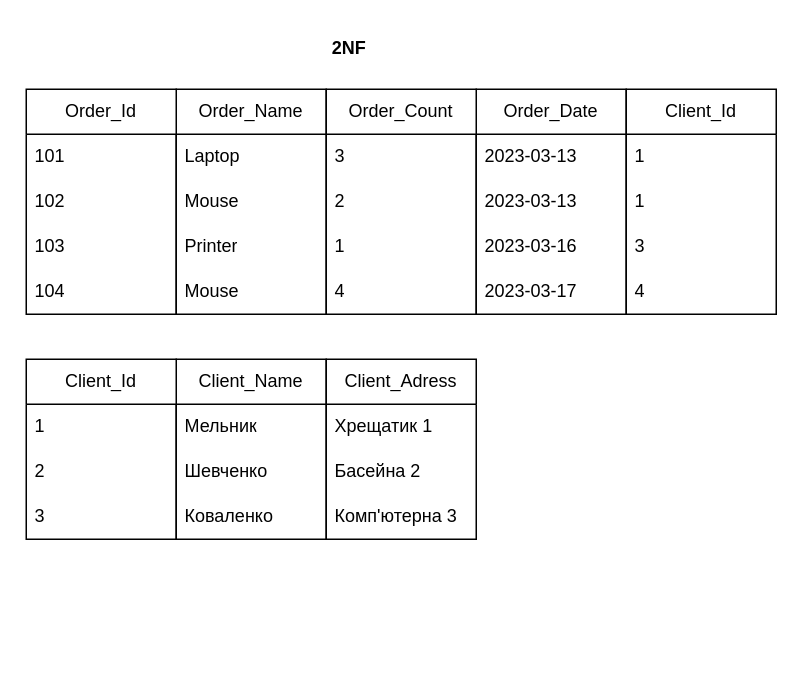
Earlier version of the draw.io diagram p2/p2.drawio (AndriiRohovenko/goit-rdb-hw-02). Source tidied: cells renumbered, new cells numbered last; positions are measured from the earlier drawing's top-left corner, leaving out a move shared by most shapes. Both pictures are drawn from the tidied source at 150%, with x=0, y=0 at pixel (26, 26).
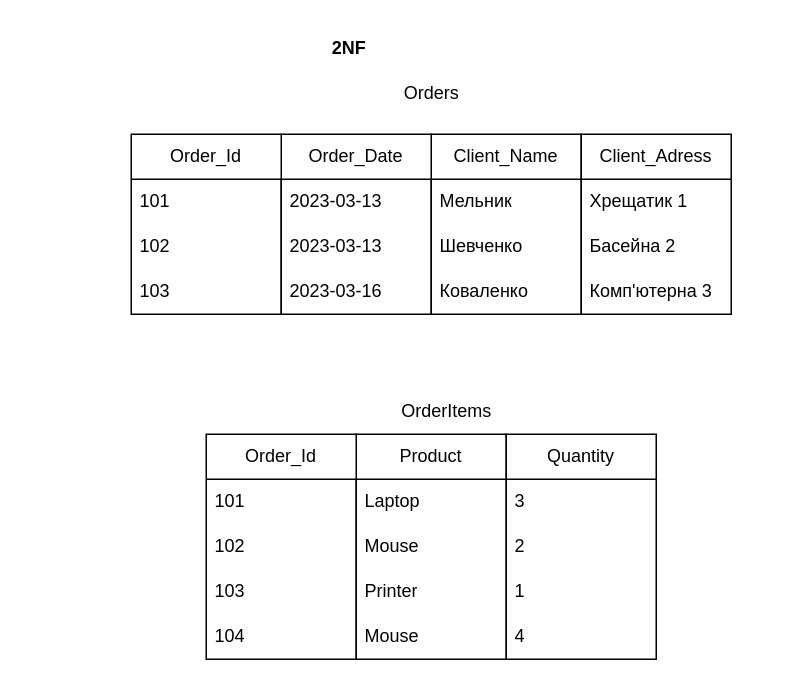
The same page after the edit.

Change to the diagram source:
```diff
@@
     <mxCell id="2" value="Client_Name" style="swimlane;fontStyle=0;horizontal=1;startSize=30;whiteSpace=wrap;html=1;" parent="1" vertex="1">
-      <mxGeometry x="100" y="222" width="100" height="120" as="geometry" />
+      <mxGeometry x="270" y="72" width="100" height="120" as="geometry" />
     </mxCell>
@@
+    <mxCell id="11" value="Client_Adress" style="swimlane;fontStyle=0;horizontal=1;startSize=30;whiteSpace=wrap;html=1;" parent="1" vertex="1">
+      <mxGeometry x="370" y="72" width="100" height="120" as="geometry" />
+    </mxCell>
+    <mxCell id="12" value="Хрещатик 1" style="text;strokeColor=none;fillColor=none;align=left;verticalAlign=middle;spacingLeft=4;spacingRight=4;overflow=hidden;whiteSpace=wrap;html=1;" parent="11" vertex="1">
+      <mxGeometry y="30" width="100" height="30" as="geometry" />
+    </mxCell>
+    <mxCell id="13" value="Басейна 2" style="text;strokeColor=none;fillColor=none;align=left;verticalAlign=middle;spacingLeft=4;spacingRight=4;overflow=hidden;whiteSpace=wrap;html=1;" parent="11" vertex="1">
+      <mxGeometry y="60" width="100" height="30" as="geometry" />
+    </mxCell>
+    <mxCell id="14" value="Комп'ютерна 3" style="text;strokeColor=none;fillColor=none;align=left;verticalAlign=middle;spacingLeft=4;spacingRight=4;overflow=hidden;whiteSpace=wrap;html=1;" parent="11" vertex="1">
+      <mxGeometry y="90" width="100" height="30" as="geometry" />
+    </mxCell>
+    <mxCell id="25" value="2NF" style="text;html=1;align=center;verticalAlign=middle;strokeColor=none;fillColor=none;fontStyle=1;" parent="1" vertex="1">
+      <mxGeometry x="190" width="50" height="30" as="geometry" />
+    </mxCell>
+    <mxCell id="40" value="Orders" style="text;html=1;align=center;verticalAlign=middle;strokeColor=none;fillColor=none;" parent="1" vertex="1">
+      <mxGeometry x="240" y="30" width="60" height="30" as="geometry" />
+    </mxCell>
+    <mxCell id="41" value="OrderItems" style="text;html=1;align=center;verticalAlign=middle;strokeColor=none;fillColor=none;" parent="1" vertex="1">
+      <mxGeometry x="240" y="242" width="80" height="30" as="geometry" />
+    </mxCell>
     <mxCell id="6" value="Order_Date" style="swimlane;fontStyle=0;horizontal=1;startSize=30;whiteSpace=wrap;html=1;" parent="1" vertex="1">
-      <mxGeometry x="300" y="42" width="100" height="150" as="geometry" />
+      <mxGeometry x="170" y="72" width="100" height="120" as="geometry" />
     </mxCell>
@@
-    <mxCell id="10" value="&lt;span style=&quot;color: rgb(0, 0, 0);&quot;&gt;2023-03-17&lt;/span&gt;" style="text;strokeColor=none;fillColor=none;align=left;verticalAlign=middle;spacingLeft=4;spacingRight=4;overflow=hidden;whiteSpace=wrap;html=1;" parent="6" vertex="1">
-      <mxGeometry y="120" width="100" height="30" as="geometry" />
-    </mxCell>
-    <mxCell id="11" value="Client_Adress" style="swimlane;fontStyle=0;horizontal=1;startSize=30;whiteSpace=wrap;html=1;" parent="1" vertex="1">
-      <mxGeometry x="200" y="222" width="100" height="120" as="geometry" />
-    </mxCell>
-    <mxCell id="12" value="Хрещатик 1" style="text;strokeColor=none;fillColor=none;align=left;verticalAlign=middle;spacingLeft=4;spacingRight=4;overflow=hidden;whiteSpace=wrap;html=1;" parent="11" vertex="1">
-      <mxGeometry y="30" width="100" height="30" as="geometry" />
-    </mxCell>
-    <mxCell id="13" value="Басейна 2" style="text;strokeColor=none;fillColor=none;align=left;verticalAlign=middle;spacingLeft=4;spacingRight=4;overflow=hidden;whiteSpace=wrap;html=1;" parent="11" vertex="1">
-      <mxGeometry y="60" width="100" height="30" as="geometry" />
-    </mxCell>
-    <mxCell id="14" value="Комп'ютерна 3" style="text;strokeColor=none;fillColor=none;align=left;verticalAlign=middle;spacingLeft=4;spacingRight=4;overflow=hidden;whiteSpace=wrap;html=1;" parent="11" vertex="1">
-      <mxGeometry y="90" width="100" height="30" as="geometry" />
-    </mxCell>
-    <mxCell id="15" value="Order_Name" style="swimlane;fontStyle=0;horizontal=1;startSize=30;whiteSpace=wrap;html=1;" parent="1" vertex="1">
-      <mxGeometry x="100" y="42" width="100" height="150" as="geometry" />
-    </mxCell>
+    <mxCell id="42" value="Order_Id" style="swimlane;fontStyle=0;horizontal=1;startSize=30;whiteSpace=wrap;html=1;" parent="1" vertex="1">
+      <mxGeometry x="70" y="72" width="100" height="120" as="geometry" />
+    </mxCell>
+    <mxCell id="43" value="&lt;span style=&quot;color: rgb(0, 0, 0);&quot;&gt;101&lt;/span&gt;" style="text;strokeColor=none;fillColor=none;align=left;verticalAlign=middle;spacingLeft=4;spacingRight=4;overflow=hidden;whiteSpace=wrap;html=1;" parent="42" vertex="1">
+      <mxGeometry y="30" width="100" height="30" as="geometry" />
+    </mxCell>
+    <mxCell id="44" value="&lt;span style=&quot;color: rgb(0, 0, 0);&quot;&gt;102&lt;/span&gt;" style="text;strokeColor=none;fillColor=none;align=left;verticalAlign=middle;spacingLeft=4;spacingRight=4;overflow=hidden;whiteSpace=wrap;html=1;" parent="42" vertex="1">
+      <mxGeometry y="60" width="100" height="30" as="geometry" />
+    </mxCell>
+    <mxCell id="45" value="&lt;span style=&quot;color: rgb(0, 0, 0);&quot;&gt;103&lt;/span&gt;" style="text;strokeColor=none;fillColor=none;align=left;verticalAlign=middle;spacingLeft=4;spacingRight=4;overflow=hidden;whiteSpace=wrap;html=1;" parent="42" vertex="1">
+      <mxGeometry y="90" width="100" height="30" as="geometry" />
+    </mxCell>
+    <mxCell id="46" value="Product" style="swimlane;fontStyle=0;horizontal=1;startSize=30;whiteSpace=wrap;html=1;" parent="1" vertex="1">
+      <mxGeometry x="220" y="272" width="100" height="150" as="geometry" />
+    </mxCell>
-    <mxCell id="16" value="Laptop" style="text;strokeColor=none;fillColor=none;align=left;verticalAlign=middle;spacingLeft=4;spacingRight=4;overflow=hidden;whiteSpace=wrap;html=1;" parent="15" vertex="1">
+    <mxCell id="16" value="Laptop" style="text;strokeColor=none;fillColor=none;align=left;verticalAlign=middle;spacingLeft=4;spacingRight=4;overflow=hidden;whiteSpace=wrap;html=1;" parent="46" vertex="1">
       <mxGeometry y="30" width="100" height="30" as="geometry" />
     </mxCell>
-    <mxCell id="17" value="Mouse" style="text;strokeColor=none;fillColor=none;align=left;verticalAlign=middle;spacingLeft=4;spacingRight=4;overflow=hidden;whiteSpace=wrap;html=1;" parent="15" vertex="1">
+    <mxCell id="17" value="Mouse" style="text;strokeColor=none;fillColor=none;align=left;verticalAlign=middle;spacingLeft=4;spacingRight=4;overflow=hidden;whiteSpace=wrap;html=1;" parent="46" vertex="1">
       <mxGeometry y="60" width="100" height="30" as="geometry" />
     </mxCell>
-    <mxCell id="18" value="Printer" style="text;strokeColor=none;fillColor=none;align=left;verticalAlign=middle;spacingLeft=4;spacingRight=4;overflow=hidden;whiteSpace=wrap;html=1;" parent="15" vertex="1">
+    <mxCell id="18" value="Printer" style="text;strokeColor=none;fillColor=none;align=left;verticalAlign=middle;spacingLeft=4;spacingRight=4;overflow=hidden;whiteSpace=wrap;html=1;" parent="46" vertex="1">
       <mxGeometry y="90" width="100" height="30" as="geometry" />
     </mxCell>
-    <mxCell id="19" value="Mouse" style="text;strokeColor=none;fillColor=none;align=left;verticalAlign=middle;spacingLeft=4;spacingRight=4;overflow=hidden;whiteSpace=wrap;html=1;" parent="15" vertex="1">
+    <mxCell id="19" value="Mouse" style="text;strokeColor=none;fillColor=none;align=left;verticalAlign=middle;spacingLeft=4;spacingRight=4;overflow=hidden;whiteSpace=wrap;html=1;" parent="46" vertex="1">
       <mxGeometry y="120" width="100" height="30" as="geometry" />
     </mxCell>
-    <mxCell id="20" value="Order_Id" style="swimlane;fontStyle=0;horizontal=1;startSize=30;whiteSpace=wrap;html=1;" parent="1" vertex="1">
-      <mxGeometry y="42" width="100" height="150" as="geometry" />
-    </mxCell>
-    <mxCell id="21" value="&lt;span style=&quot;color: rgb(0, 0, 0);&quot;&gt;101&lt;/span&gt;" style="text;strokeColor=none;fillColor=none;align=left;verticalAlign=middle;spacingLeft=4;spacingRight=4;overflow=hidden;whiteSpace=wrap;html=1;" parent="20" vertex="1">
-      <mxGeometry y="30" width="100" height="30" as="geometry" />
-    </mxCell>
-    <mxCell id="22" value="&lt;span style=&quot;color: rgb(0, 0, 0);&quot;&gt;102&lt;/span&gt;" style="text;strokeColor=none;fillColor=none;align=left;verticalAlign=middle;spacingLeft=4;spacingRight=4;overflow=hidden;whiteSpace=wrap;html=1;" parent="20" vertex="1">
-      <mxGeometry y="60" width="100" height="30" as="geometry" />
-    </mxCell>
-    <mxCell id="23" value="&lt;span style=&quot;color: rgb(0, 0, 0);&quot;&gt;103&lt;/span&gt;" style="text;strokeColor=none;fillColor=none;align=left;verticalAlign=middle;spacingLeft=4;spacingRight=4;overflow=hidden;whiteSpace=wrap;html=1;" parent="20" vertex="1">
-      <mxGeometry y="90" width="100" height="30" as="geometry" />
-    </mxCell>
+    <mxCell id="47" value="Order_Id" style="swimlane;fontStyle=0;horizontal=1;startSize=30;whiteSpace=wrap;html=1;" parent="1" vertex="1">
+      <mxGeometry x="120" y="272" width="100" height="150" as="geometry" />
+    </mxCell>
+    <mxCell id="48" value="&lt;span style=&quot;color: rgb(0, 0, 0);&quot;&gt;101&lt;/span&gt;" style="text;strokeColor=none;fillColor=none;align=left;verticalAlign=middle;spacingLeft=4;spacingRight=4;overflow=hidden;whiteSpace=wrap;html=1;" parent="47" vertex="1">
+      <mxGeometry y="30" width="100" height="30" as="geometry" />
+    </mxCell>
+    <mxCell id="49" value="&lt;span style=&quot;color: rgb(0, 0, 0);&quot;&gt;102&lt;/span&gt;" style="text;strokeColor=none;fillColor=none;align=left;verticalAlign=middle;spacingLeft=4;spacingRight=4;overflow=hidden;whiteSpace=wrap;html=1;" parent="47" vertex="1">
+      <mxGeometry y="60" width="100" height="30" as="geometry" />
+    </mxCell>
+    <mxCell id="50" value="&lt;span style=&quot;color: rgb(0, 0, 0);&quot;&gt;103&lt;/span&gt;" style="text;strokeColor=none;fillColor=none;align=left;verticalAlign=middle;spacingLeft=4;spacingRight=4;overflow=hidden;whiteSpace=wrap;html=1;" parent="47" vertex="1">
+      <mxGeometry y="90" width="100" height="30" as="geometry" />
+    </mxCell>
-    <mxCell id="24" value="104" style="text;strokeColor=none;fillColor=none;align=left;verticalAlign=middle;spacingLeft=4;spacingRight=4;overflow=hidden;whiteSpace=wrap;html=1;" parent="20" vertex="1">
+    <mxCell id="24" value="104" style="text;strokeColor=none;fillColor=none;align=left;verticalAlign=middle;spacingLeft=4;spacingRight=4;overflow=hidden;whiteSpace=wrap;html=1;" parent="47" vertex="1">
       <mxGeometry y="120" width="100" height="30" as="geometry" />
     </mxCell>
-    <mxCell id="25" value="2NF" style="text;html=1;align=center;verticalAlign=middle;strokeColor=none;fillColor=none;fontStyle=1;" parent="1" vertex="1">
-      <mxGeometry x="190" width="50" height="30" as="geometry" />
-    </mxCell>
-    <mxCell id="26" value="Order_Count" style="swimlane;fontStyle=0;horizontal=1;startSize=30;whiteSpace=wrap;html=1;" parent="1" vertex="1">
-      <mxGeometry x="200" y="42" width="100" height="150" as="geometry" />
-    </mxCell>
+    <mxCell id="51" value="Quantity" style="swimlane;fontStyle=0;horizontal=1;startSize=30;whiteSpace=wrap;html=1;" parent="1" vertex="1">
+      <mxGeometry x="320" y="272" width="100" height="150" as="geometry" />
+    </mxCell>
-    <mxCell id="27" value="3" style="text;strokeColor=none;fillColor=none;align=left;verticalAlign=middle;spacingLeft=4;spacingRight=4;overflow=hidden;whiteSpace=wrap;html=1;" parent="26" vertex="1">
+    <mxCell id="27" value="3" style="text;strokeColor=none;fillColor=none;align=left;verticalAlign=middle;spacingLeft=4;spacingRight=4;overflow=hidden;whiteSpace=wrap;html=1;" parent="51" vertex="1">
       <mxGeometry y="30" width="100" height="30" as="geometry" />
     </mxCell>
-    <mxCell id="28" value="2" style="text;strokeColor=none;fillColor=none;align=left;verticalAlign=middle;spacingLeft=4;spacingRight=4;overflow=hidden;whiteSpace=wrap;html=1;" parent="26" vertex="1">
-      <mxGeometry y="60" width="100" height="30" as="geometry" />
-    </mxCell>
+    <mxCell id="52" value="2" style="text;strokeColor=none;fillColor=none;align=left;verticalAlign=middle;spacingLeft=4;spacingRight=4;overflow=hidden;whiteSpace=wrap;html=1;" parent="51" vertex="1">
+      <mxGeometry y="60" width="100" height="30" as="geometry" />
+    </mxCell>
-    <mxCell id="29" value="1" style="text;strokeColor=none;fillColor=none;align=left;verticalAlign=middle;spacingLeft=4;spacingRight=4;overflow=hidden;whiteSpace=wrap;html=1;" parent="26" vertex="1">
+    <mxCell id="29" value="1" style="text;strokeColor=none;fillColor=none;align=left;verticalAlign=middle;spacingLeft=4;spacingRight=4;overflow=hidden;whiteSpace=wrap;html=1;" parent="51" vertex="1">
       <mxGeometry y="90" width="100" height="30" as="geometry" />
     </mxCell>
-    <mxCell id="30" value="4" style="text;strokeColor=none;fillColor=none;align=left;verticalAlign=middle;spacingLeft=4;spacingRight=4;overflow=hidden;whiteSpace=wrap;html=1;" parent="26" vertex="1">
-      <mxGeometry y="120" width="100" height="30" as="geometry" />
-    </mxCell>
-    <mxCell id="31" value="Client_Id" style="swimlane;fontStyle=0;horizontal=1;startSize=30;whiteSpace=wrap;html=1;" parent="1" vertex="1">
-      <mxGeometry y="222" width="100" height="120" as="geometry" />
-    </mxCell>
-    <mxCell id="32" value="&lt;span style=&quot;color: rgb(0, 0, 0);&quot;&gt;1&lt;/span&gt;" style="text;strokeColor=none;fillColor=none;align=left;verticalAlign=middle;spacingLeft=4;spacingRight=4;overflow=hidden;whiteSpace=wrap;html=1;" parent="31" vertex="1">
-      <mxGeometry y="30" width="100" height="30" as="geometry" />
-    </mxCell>
-    <mxCell id="33" value="2" style="text;strokeColor=none;fillColor=none;align=left;verticalAlign=middle;spacingLeft=4;spacingRight=4;overflow=hidden;whiteSpace=wrap;html=1;" parent="31" vertex="1">
-      <mxGeometry y="60" width="100" height="30" as="geometry" />
-    </mxCell>
-    <mxCell id="34" value="3" style="text;strokeColor=none;fillColor=none;align=left;verticalAlign=middle;spacingLeft=4;spacingRight=4;overflow=hidden;whiteSpace=wrap;html=1;" parent="31" vertex="1">
-      <mxGeometry y="90" width="100" height="30" as="geometry" />
-    </mxCell>
-    <mxCell id="35" value="Client_Id" style="swimlane;fontStyle=0;horizontal=1;startSize=30;whiteSpace=wrap;html=1;" parent="1" vertex="1">
-      <mxGeometry x="400" y="42" width="100" height="150" as="geometry" />
-    </mxCell>
-    <mxCell id="36" value="&lt;span style=&quot;color: rgb(0, 0, 0);&quot;&gt;1&lt;/span&gt;" style="text;strokeColor=none;fillColor=none;align=left;verticalAlign=middle;spacingLeft=4;spacingRight=4;overflow=hidden;whiteSpace=wrap;html=1;" parent="35" vertex="1">
-      <mxGeometry y="30" width="100" height="30" as="geometry" />
-    </mxCell>
-    <mxCell id="37" value="1" style="text;strokeColor=none;fillColor=none;align=left;verticalAlign=middle;spacingLeft=4;spacingRight=4;overflow=hidden;whiteSpace=wrap;html=1;" parent="35" vertex="1">
-      <mxGeometry y="60" width="100" height="30" as="geometry" />
-    </mxCell>
-    <mxCell id="38" value="3" style="text;strokeColor=none;fillColor=none;align=left;verticalAlign=middle;spacingLeft=4;spacingRight=4;overflow=hidden;whiteSpace=wrap;html=1;" parent="35" vertex="1">
-      <mxGeometry y="90" width="100" height="30" as="geometry" />
-    </mxCell>
-    <mxCell id="39" value="4" style="text;strokeColor=none;fillColor=none;align=left;verticalAlign=middle;spacingLeft=4;spacingRight=4;overflow=hidden;whiteSpace=wrap;html=1;" parent="35" vertex="1">
-      <mxGeometry y="120" width="100" height="30" as="geometry" />
-    </mxCell>
+    <mxCell id="53" value="4" style="text;strokeColor=none;fillColor=none;align=left;verticalAlign=middle;spacingLeft=4;spacingRight=4;overflow=hidden;whiteSpace=wrap;html=1;" parent="51" vertex="1">
+      <mxGeometry y="120" width="100" height="30" as="geometry" />
+    </mxCell>
```
